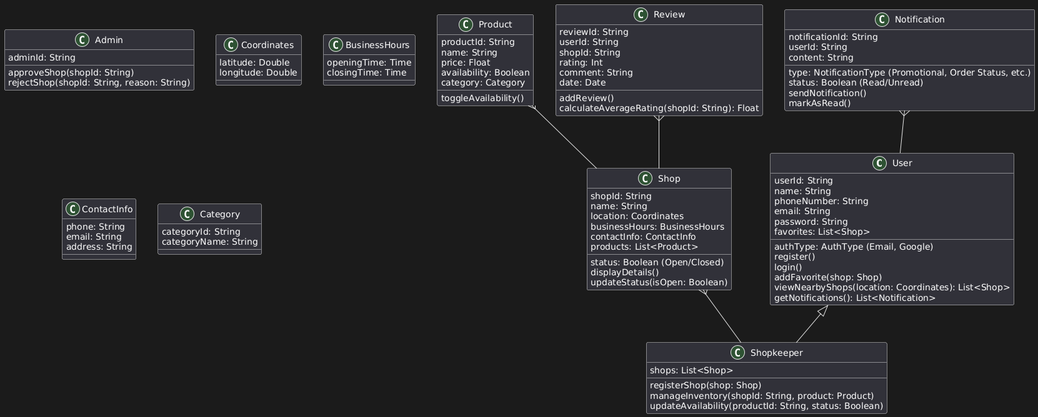
This is class_diagram.png from GauthamSridhar/Street-Smart-App, a PlantUML export, as it was before one commit. The source it was exported from:
```plantuml
@startuml
User <|-- Shopkeeper
  Shop }-- Shopkeeper
  Product }-- Shop
  Review }-- Shop
  Notification }-- User

  class User {
     userId: String
     name: String
     phoneNumber: String
     email: String
     password: String
     favorites: List<Shop>
     authType: AuthType (Email, Google)
     register()
     login()
     addFavorite(shop: Shop)
     viewNearbyShops(location: Coordinates): List<Shop>
     getNotifications(): List<Notification>
  }

  class Shopkeeper {
     shops: List<Shop>
     registerShop(shop: Shop)
     manageInventory(shopId: String, product: Product)
     updateAvailability(productId: String, status: Boolean)
  }

  class Admin {
     adminId: String
     approveShop(shopId: String)
     rejectShop(shopId: String, reason: String)
  }

  class Shop {
     shopId: String
     name: String
     location: Coordinates
     businessHours: BusinessHours
     contactInfo: ContactInfo
     products: List<Product>
     status: Boolean (Open/Closed)
     displayDetails()
     updateStatus(isOpen: Boolean)
  }

  class Product {
     productId: String
     name: String
     price: Float
     availability: Boolean
     category: Category
     toggleAvailability()
  }

  class Review {
     reviewId: String
     userId: String
     shopId: String
     rating: Int
     comment: String
     date: Date
     addReview()
     calculateAverageRating(shopId: String): Float
  }

  class Notification {
     notificationId: String
     userId: String
     content: String
     type: NotificationType (Promotional, Order Status, etc.)
     status: Boolean (Read/Unread)
     sendNotification()
     markAsRead()
  }

  class Coordinates {
     latitude: Double
     longitude: Double
  }

  class BusinessHours {
     openingTime: Time
     closingTime: Time
  }

  class ContactInfo {
      phone: String
      email: String
      address: String
  }

  class Category {
      categoryId: String
      categoryName: String
  }
@enduml
```
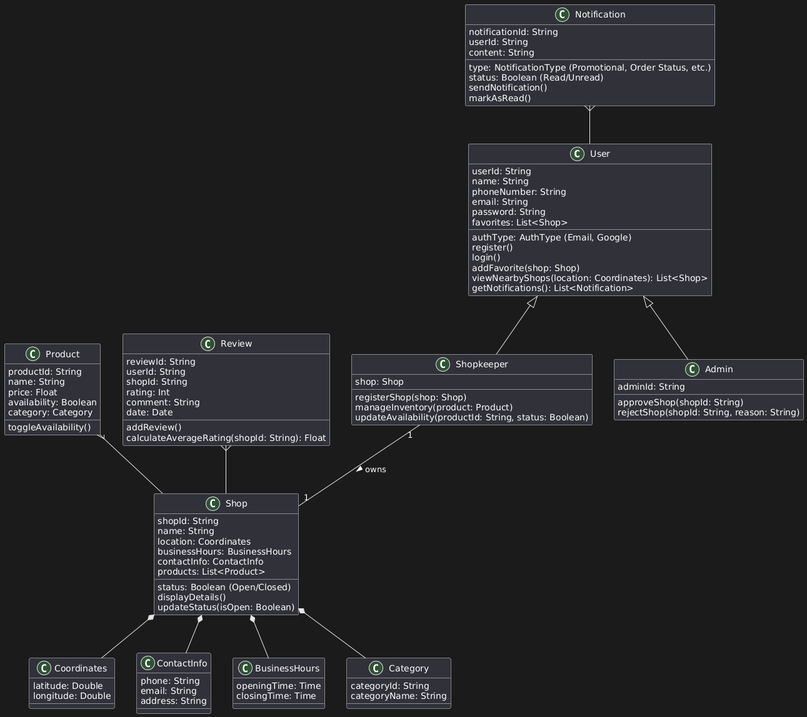
The same diagram one commit later.

The edit, as a diff of the source:
```diff
@@ -1,98 +1,104 @@
 @startuml
 User <|-- Shopkeeper
-  Shop }-- Shopkeeper
-  Product }-- Shop
-  Review }-- Shop
-  Notification }-- User
+User <|-- Admin
 
-  class User {
-     userId: String
-     name: String
-     phoneNumber: String
-     email: String
-     password: String
-     favorites: List<Shop>
-     authType: AuthType (Email, Google)
-     register()
-     login()
-     addFavorite(shop: Shop)
-     viewNearbyShops(location: Coordinates): List<Shop>
-     getNotifications(): List<Notification>
-  }
+Shopkeeper "1" -- "1" Shop : owns >
+Shop *-- Coordinates
+Shop *-- ContactInfo
+Shop *-- BusinessHours
+Shop *-- Category
+Product }-- Shop
+Review }-- Shop
+Notification }-- User
 
-  class Shopkeeper {
-     shops: List<Shop>
-     registerShop(shop: Shop)
-     manageInventory(shopId: String, product: Product)
-     updateAvailability(productId: String, status: Boolean)
-  }
+class User {
+    userId: String
+    name: String
+    phoneNumber: String
+    email: String
+    password: String
+    favorites: List<Shop>
+    authType: AuthType (Email, Google)
+    register()
+    login()
+    addFavorite(shop: Shop)
+    viewNearbyShops(location: Coordinates): List<Shop>
+    getNotifications(): List<Notification>
+}
 
-  class Admin {
-     adminId: String
-     approveShop(shopId: String)
-     rejectShop(shopId: String, reason: String)
-  }
+class Shopkeeper {
+    shop: Shop
+    registerShop(shop: Shop)
+    manageInventory(product: Product)
+    updateAvailability(productId: String, status: Boolean)
+}
 
-  class Shop {
-     shopId: String
-     name: String
-     location: Coordinates
-     businessHours: BusinessHours
-     contactInfo: ContactInfo
-     products: List<Product>
-     status: Boolean (Open/Closed)
-     displayDetails()
-     updateStatus(isOpen: Boolean)
-  }
+class Admin {
+    adminId: String
+    approveShop(shopId: String)
+    rejectShop(shopId: String, reason: String)
+}
 
-  class Product {
-     productId: String
-     name: String
-     price: Float
-     availability: Boolean
-     category: Category
-     toggleAvailability()
-  }
+class Shop {
+    shopId: String
+    name: String
+    location: Coordinates
+    businessHours: BusinessHours
+    contactInfo: ContactInfo
+    products: List<Product>
+    status: Boolean (Open/Closed)
+    displayDetails()
+    updateStatus(isOpen: Boolean)
+}
 
-  class Review {
-     reviewId: String
-     userId: String
-     shopId: String
-     rating: Int
-     comment: String
-     date: Date
-     addReview()
-     calculateAverageRating(shopId: String): Float
-  }
+class Product {
+    productId: String
+    name: String
+    price: Float
+    availability: Boolean
+    category: Category
+    toggleAvailability()
+}
 
-  class Notification {
-     notificationId: String
-     userId: String
-     content: String
-     type: NotificationType (Promotional, Order Status, etc.)
-     status: Boolean (Read/Unread)
-     sendNotification()
-     markAsRead()
-  }
+class Review {
+    reviewId: String
+    userId: String
+    shopId: String
+    rating: Int
+    comment: String
+    date: Date
+    addReview()
+    calculateAverageRating(shopId: String): Float
+}
 
-  class Coordinates {
-     latitude: Double
-     longitude: Double
-  }
+class Notification {
+    notificationId: String
+    userId: String
+    content: String
+    type: NotificationType (Promotional, Order Status, etc.)
+    status: Boolean (Read/Unread)
+    sendNotification()
+    markAsRead()
+}
 
-  class BusinessHours {
-     openingTime: Time
-     closingTime: Time
-  }
+class Coordinates {
+    latitude: Double
+    longitude: Double
+}
 
-  class ContactInfo {
-      phone: String
-      email: String
-      address: String
-  }
+class BusinessHours {
+    openingTime: Time
+    closingTime: Time
+}
 
-  class Category {
-      categoryId: String
-      categoryName: String
-  }
+class ContactInfo {
+    phone: String
+    email: String
+    address: String
+}
+
+class Category {
+    categoryId: String
+    categoryName: String
+}
 @enduml
```
